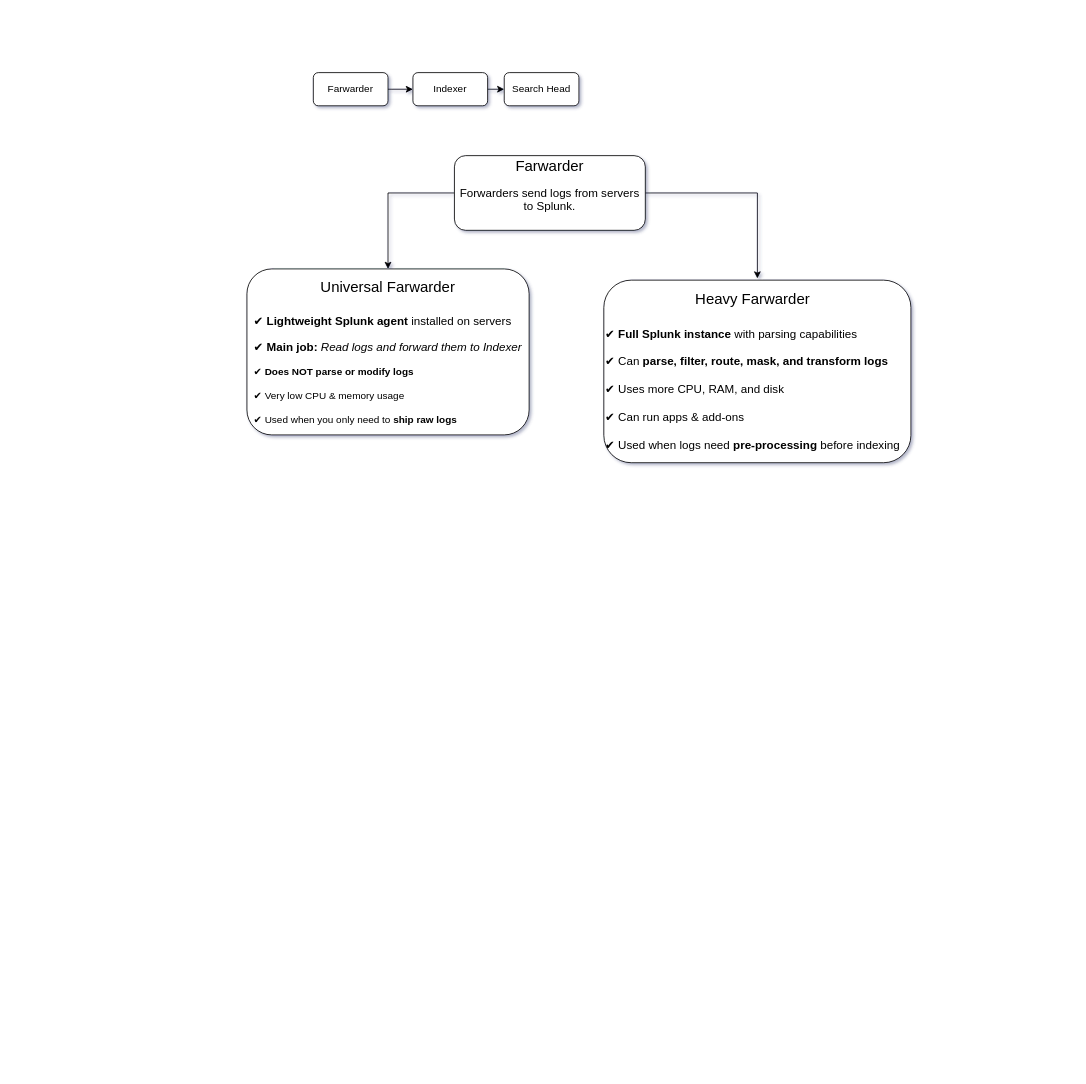
Above: Splunk.drawio in abhishekmaurya149/Splunk_draw.io (draw.io), before the change. Source tidied: cells renumbered, new cells numbered last; positions are measured from the earlier drawing's top-left corner, leaving out a move shared by most shapes. Both pictures are drawn from the tidied source at 83%, with x=0, y=0 at pixel (247, 72).
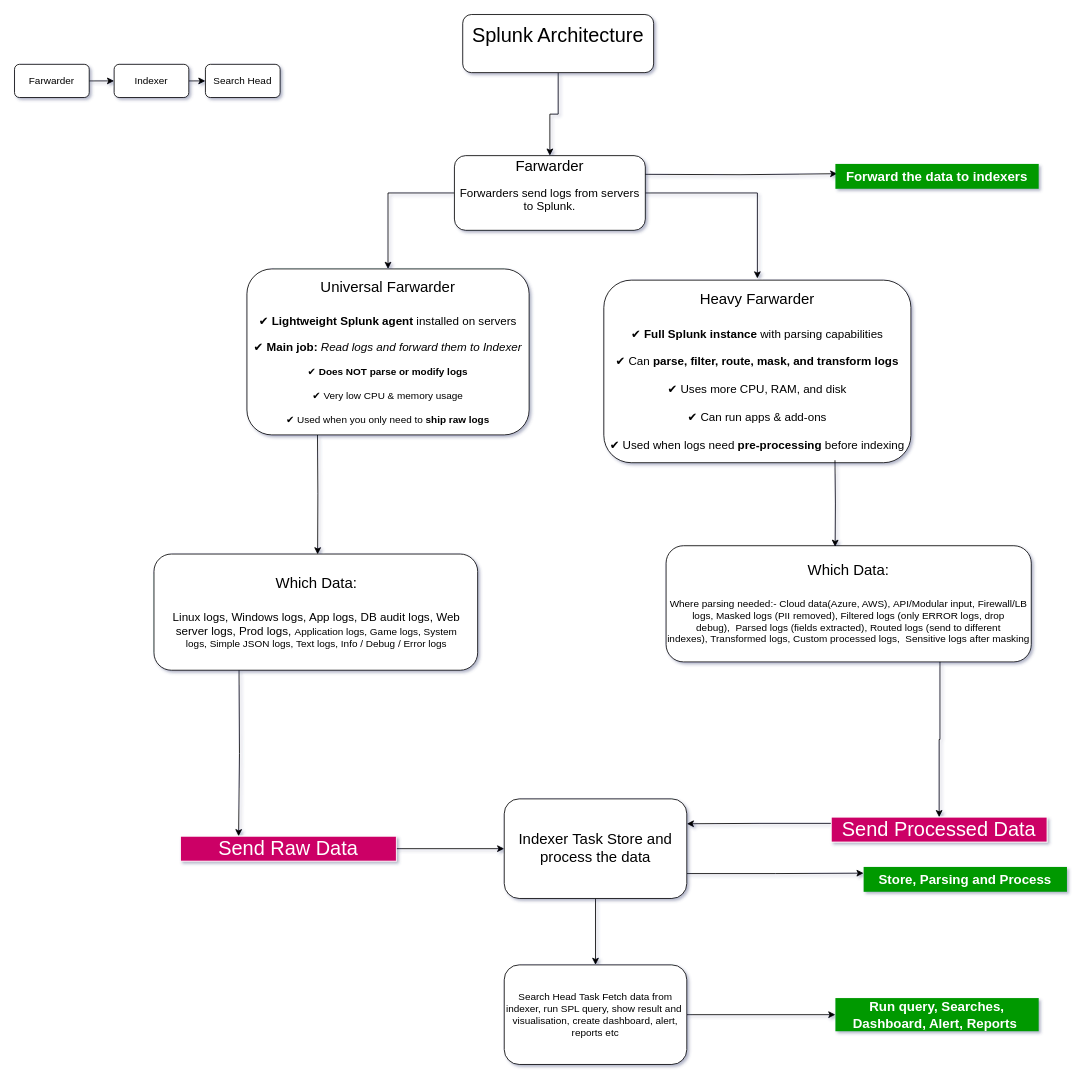
Above is the later version.

The change refers to these unchanged cells:
```xml
<mxCell id="9" value="&lt;font style=&quot;font-size: 18px;&quot;&gt;Farwarder&lt;/font&gt;&lt;div&gt;&lt;font style=&quot;&quot;&gt;&lt;p style=&quot;&quot;&gt;&lt;font style=&quot;font-size: 14px;&quot;&gt;Forwarders send logs from servers to Splunk.&lt;/font&gt;&lt;/p&gt;&lt;h3 style=&quot;font-size: 18px;&quot;&gt;&lt;/h3&gt;&lt;/font&gt;&lt;/div&gt;" style="rounded=1;whiteSpace=wrap;html=1;" parent="1" vertex="1">
  <mxGeometry x="250" y="100" width="230" height="90" as="geometry" />
</mxCell>
```

What changed in the source:
```diff
@@
     <mxCell id="3" value="Farwarder" style="rounded=1;whiteSpace=wrap;html=1;" parent="1" vertex="1">
-      <mxGeometry x="80" width="90" height="40" as="geometry" />
+      <mxGeometry x="-280" y="-10" width="90" height="40" as="geometry" />
     </mxCell>
@@
     <mxCell id="5" value="Indexer" style="rounded=1;whiteSpace=wrap;html=1;" parent="1" vertex="1">
-      <mxGeometry x="200" width="90" height="40" as="geometry" />
+      <mxGeometry x="-160" y="-10" width="90" height="40" as="geometry" />
     </mxCell>
     <mxCell id="6" value="Search Head" style="rounded=1;whiteSpace=wrap;html=1;" parent="1" vertex="1">
-      <mxGeometry x="310" width="90" height="40" as="geometry" />
+      <mxGeometry x="-50" y="-10" width="90" height="40" as="geometry" />
     </mxCell>
@@
+    <mxCell id="12" style="edgeStyle=orthogonalEdgeStyle;rounded=0;orthogonalLoop=1;jettySize=auto;html=1;exitX=1;exitY=0.25;exitDx=0;exitDy=0;" parent="1" edge="1">
+      <mxGeometry relative="1" as="geometry">
+        <mxPoint x="476" y="122.5" as="sourcePoint" />
+        <mxPoint x="711.2" y="121.8" as="targetPoint" />
+      </mxGeometry>
+    </mxCell>
@@
+    <mxCell id="13" style="edgeStyle=orthogonalEdgeStyle;rounded=0;orthogonalLoop=1;jettySize=auto;html=1;exitX=0.25;exitY=1;exitDx=0;exitDy=0;" parent="1" edge="1">
+      <mxGeometry relative="1" as="geometry">
+        <mxPoint x="85" y="433.5" as="sourcePoint" />
+        <mxPoint x="85.2" y="580.4" as="targetPoint" />
+      </mxGeometry>
+    </mxCell>
-    <mxCell id="10" value="&lt;font style=&quot;font-size: 18px;&quot;&gt;Universal Farwarder&lt;/font&gt;&lt;div&gt;&lt;span style=&quot;font-size: 18px;&quot;&gt;&lt;br&gt;&lt;/span&gt;&lt;div&gt;&lt;div style=&quot;text-align: left;&quot;&gt;&lt;font style=&quot;font-size: 14px;&quot;&gt;&lt;span style=&quot;background-color: transparent; color: light-dark(rgb(0, 0, 0), rgb(255, 255, 255));&quot;&gt;✔ &lt;/span&gt;&lt;strong style=&quot;background-color: transparent; color: light-dark(rgb(0, 0, 0), rgb(255, 255, 255));&quot;&gt;Lightweight Splunk agent&lt;/strong&gt;&lt;span style=&quot;background-color: transparent; color: light-dark(rgb(0, 0, 0), rgb(255, 255, 255));&quot;&gt; installed on servers&lt;/span&gt;&lt;/font&gt;&lt;/div&gt;&lt;font style=&quot;&quot;&gt;&lt;div style=&quot;font-size: 12px; text-align: left;&quot;&gt;&lt;br&gt;&lt;/div&gt;&lt;div style=&quot;text-align: left;&quot;&gt;&lt;font style=&quot;font-size: 14px;&quot;&gt;&lt;span style=&quot;background-color: transparent; color: light-dark(rgb(0, 0, 0), rgb(255, 255, 255));&quot;&gt;✔ &lt;/span&gt;&lt;strong style=&quot;background-color: transparent; color: light-dark(rgb(0, 0, 0), rgb(255, 255, 255));&quot;&gt;Main job:&lt;/strong&gt;&lt;span style=&quot;background-color: transparent; color: light-dark(rgb(0, 0, 0), rgb(255, 255, 255));&quot;&gt; &lt;/span&gt;&lt;em style=&quot;background-color: transparent; color: light-dark(rgb(0, 0, 0), rgb(255, 255, 255));&quot;&gt;Read logs and forward them to Indexer&lt;/em&gt;&lt;/font&gt;&lt;/div&gt;&lt;div style=&quot;font-size: 12px; text-align: left;&quot;&gt;&lt;br&gt;&lt;/div&gt;&lt;div style=&quot;font-size: 12px; text-align: left;&quot;&gt;&lt;span style=&quot;background-color: transparent; color: light-dark(rgb(0, 0, 0), rgb(255, 255, 255));&quot;&gt;✔ &lt;/span&gt;&lt;strong style=&quot;background-color: transparent; color: light-dark(rgb(0, 0, 0), rgb(255, 255, 255));&quot;&gt;Does NOT parse or modify logs&lt;/strong&gt;&lt;/div&gt;&lt;div style=&quot;font-size: 12px; text-align: left;&quot;&gt;&lt;br&gt;&lt;/div&gt;&lt;div style=&quot;font-size: 12px; text-align: left;&quot;&gt;&lt;span style=&quot;background-color: transparent; color: light-dark(rgb(0, 0, 0), rgb(255, 255, 255));&quot;&gt;✔ Very low CPU &amp;amp; memory usage&lt;/span&gt;&lt;/div&gt;&lt;div style=&quot;font-size: 12px; text-align: left;&quot;&gt;&lt;br&gt;&lt;/div&gt;&lt;div style=&quot;font-size: 12px; text-align: left;&quot;&gt;&lt;span style=&quot;background-color: transparent; color: light-dark(rgb(0, 0, 0), rgb(255, 255, 255));&quot;&gt;✔ Used when you only need to &lt;/span&gt;&lt;strong style=&quot;background-color: transparent; color: light-dark(rgb(0, 0, 0), rgb(255, 255, 255));&quot;&gt;ship raw logs&lt;/strong&gt;&lt;/div&gt;&lt;/font&gt;&lt;/div&gt;&lt;/div&gt;" style="rounded=1;whiteSpace=wrap;html=1;" parent="1" vertex="1">
+    <mxCell id="10" value="&lt;font style=&quot;font-size: 18px;&quot;&gt;Universal Farwarder&lt;/font&gt;&lt;div&gt;&lt;span style=&quot;font-size: 18px;&quot;&gt;&lt;br&gt;&lt;/span&gt;&lt;div&gt;&lt;div style=&quot;&quot;&gt;&lt;font style=&quot;font-size: 14px;&quot;&gt;&lt;span style=&quot;background-color: transparent; color: light-dark(rgb(0, 0, 0), rgb(255, 255, 255));&quot;&gt;✔ &lt;/span&gt;&lt;strong style=&quot;background-color: transparent; color: light-dark(rgb(0, 0, 0), rgb(255, 255, 255));&quot;&gt;Lightweight Splunk agent&lt;/strong&gt;&lt;span style=&quot;background-color: transparent; color: light-dark(rgb(0, 0, 0), rgb(255, 255, 255));&quot;&gt; installed on servers&lt;/span&gt;&lt;/font&gt;&lt;/div&gt;&lt;font style=&quot;&quot;&gt;&lt;div style=&quot;font-size: 12px;&quot;&gt;&lt;br&gt;&lt;/div&gt;&lt;div style=&quot;&quot;&gt;&lt;font style=&quot;font-size: 14px;&quot;&gt;&lt;span style=&quot;background-color: transparent; color: light-dark(rgb(0, 0, 0), rgb(255, 255, 255));&quot;&gt;✔ &lt;/span&gt;&lt;strong style=&quot;background-color: transparent; color: light-dark(rgb(0, 0, 0), rgb(255, 255, 255));&quot;&gt;Main job:&lt;/strong&gt;&lt;span style=&quot;background-color: transparent; color: light-dark(rgb(0, 0, 0), rgb(255, 255, 255));&quot;&gt; &lt;/span&gt;&lt;em style=&quot;background-color: transparent; color: light-dark(rgb(0, 0, 0), rgb(255, 255, 255));&quot;&gt;Read logs and forward them to Indexer&lt;/em&gt;&lt;/font&gt;&lt;/div&gt;&lt;div style=&quot;font-size: 12px;&quot;&gt;&lt;br&gt;&lt;/div&gt;&lt;div style=&quot;font-size: 12px;&quot;&gt;&lt;span style=&quot;background-color: transparent; color: light-dark(rgb(0, 0, 0), rgb(255, 255, 255));&quot;&gt;✔ &lt;/span&gt;&lt;strong style=&quot;background-color: transparent; color: light-dark(rgb(0, 0, 0), rgb(255, 255, 255));&quot;&gt;Does NOT parse or modify logs&lt;/strong&gt;&lt;/div&gt;&lt;div style=&quot;font-size: 12px;&quot;&gt;&lt;br&gt;&lt;/div&gt;&lt;div style=&quot;font-size: 12px;&quot;&gt;&lt;span style=&quot;background-color: transparent; color: light-dark(rgb(0, 0, 0), rgb(255, 255, 255));&quot;&gt;✔ Very low CPU &amp;amp; memory usage&lt;/span&gt;&lt;/div&gt;&lt;div style=&quot;font-size: 12px;&quot;&gt;&lt;br&gt;&lt;/div&gt;&lt;div style=&quot;font-size: 12px;&quot;&gt;&lt;span style=&quot;background-color: transparent; color: light-dark(rgb(0, 0, 0), rgb(255, 255, 255));&quot;&gt;✔ Used when you only need to &lt;/span&gt;&lt;strong style=&quot;background-color: transparent; color: light-dark(rgb(0, 0, 0), rgb(255, 255, 255));&quot;&gt;ship raw logs&lt;/strong&gt;&lt;/div&gt;&lt;/font&gt;&lt;/div&gt;&lt;/div&gt;" style="rounded=1;whiteSpace=wrap;html=1;align=center;" parent="1" vertex="1">
       <mxGeometry y="236.5" width="340" height="200" as="geometry" />
     </mxCell>
-    <mxCell id="11" value="&lt;div style=&quot;text-align: center;&quot;&gt;&lt;span style=&quot;font-size: 18px; background-color: transparent; color: light-dark(rgb(0, 0, 0), rgb(255, 255, 255));&quot;&gt;Heavy Farwarder&lt;/span&gt;&lt;/div&gt;&lt;div style=&quot;text-align: center;&quot;&gt;&lt;span style=&quot;font-size: 18px; background-color: transparent; color: light-dark(rgb(0, 0, 0), rgb(255, 255, 255));&quot;&gt;&lt;br&gt;&lt;/span&gt;&lt;/div&gt;&lt;div&gt;&lt;font style=&quot;font-size: 14px;&quot;&gt;✔ &lt;strong style=&quot;&quot;&gt;Full Splunk instance&lt;/strong&gt; with parsing capabilities&lt;br&gt;&lt;br&gt;✔ Can &lt;strong style=&quot;&quot;&gt;parse, filter, route, mask, and transform logs&lt;/strong&gt;&lt;br&gt;&lt;br&gt;✔ Uses more CPU, RAM, and disk&lt;br&gt;&lt;br&gt;✔ Can run apps &amp;amp; add-ons&lt;br&gt;&lt;br&gt;✔ Used when logs need &lt;strong style=&quot;&quot;&gt;pre-processing&lt;/strong&gt; before indexing&lt;/font&gt;&lt;/div&gt;" style="rounded=1;whiteSpace=wrap;html=1;align=left;perimeterSpacing=2;" parent="1" vertex="1">
+    <mxCell id="11" value="&lt;div style=&quot;&quot;&gt;&lt;span style=&quot;font-size: 18px; background-color: transparent; color: light-dark(rgb(0, 0, 0), rgb(255, 255, 255));&quot;&gt;Heavy Farwarder&lt;/span&gt;&lt;/div&gt;&lt;div style=&quot;&quot;&gt;&lt;span style=&quot;font-size: 18px; background-color: transparent; color: light-dark(rgb(0, 0, 0), rgb(255, 255, 255));&quot;&gt;&lt;br&gt;&lt;/span&gt;&lt;/div&gt;&lt;div&gt;&lt;font style=&quot;font-size: 14px;&quot;&gt;✔ &lt;strong style=&quot;&quot;&gt;Full Splunk instance&lt;/strong&gt; with parsing capabilities&lt;br&gt;&lt;br&gt;✔ Can &lt;strong style=&quot;&quot;&gt;parse, filter, route, mask, and transform logs&lt;/strong&gt;&lt;br&gt;&lt;br&gt;✔ Uses more CPU, RAM, and disk&lt;br&gt;&lt;br&gt;✔ Can run apps &amp;amp; add-ons&lt;br&gt;&lt;br&gt;✔ Used when logs need &lt;strong style=&quot;&quot;&gt;pre-processing&lt;/strong&gt; before indexing&lt;/font&gt;&lt;/div&gt;" style="rounded=1;whiteSpace=wrap;html=1;align=center;perimeterSpacing=2;" parent="1" vertex="1">
       <mxGeometry x="430" y="250" width="370" height="220" as="geometry" />
     </mxCell>
+    <mxCell id="14" style="edgeStyle=orthogonalEdgeStyle;rounded=0;orthogonalLoop=1;jettySize=auto;html=1;exitX=0.25;exitY=1;exitDx=0;exitDy=0;entryX=0.25;entryY=0;entryDx=0;entryDy=0;" parent="1" edge="1">
+      <mxGeometry relative="1" as="geometry">
+        <mxPoint x="-9.5" y="720" as="sourcePoint" />
+        <mxPoint x="-10" y="920" as="targetPoint" />
+      </mxGeometry>
+    </mxCell>
+    <mxCell id="15" value="&lt;div style=&quot;text-align: center;&quot;&gt;&lt;span style=&quot;font-size: 18px; background-color: transparent; color: light-dark(rgb(0, 0, 0), rgb(255, 255, 255));&quot;&gt;Which Data:&lt;/span&gt;&lt;/div&gt;&lt;div&gt;&lt;span style=&quot;font-size: 18px;&quot;&gt;&lt;br&gt;&lt;/span&gt;&lt;div&gt;&lt;div style=&quot;text-align: center;&quot;&gt;&lt;span style=&quot;font-size: 14px;&quot;&gt;Linux logs, Windows logs, App logs, DB audit logs, Web server logs, Prod logs,&amp;nbsp;&lt;/span&gt;&lt;span style=&quot;background-color: transparent; color: light-dark(rgb(0, 0, 0), rgb(255, 255, 255));&quot;&gt;Application logs,&amp;nbsp;&lt;/span&gt;&lt;span style=&quot;background-color: transparent; color: light-dark(rgb(0, 0, 0), rgb(255, 255, 255));&quot;&gt;Game logs,&amp;nbsp;&lt;/span&gt;&lt;span style=&quot;background-color: transparent; color: light-dark(rgb(0, 0, 0), rgb(255, 255, 255));&quot;&gt;System logs,&amp;nbsp;&lt;/span&gt;&lt;span style=&quot;background-color: transparent; color: light-dark(rgb(0, 0, 0), rgb(255, 255, 255));&quot;&gt;Simple JSON logs,&amp;nbsp;&lt;/span&gt;&lt;span style=&quot;background-color: transparent; color: light-dark(rgb(0, 0, 0), rgb(255, 255, 255));&quot;&gt;Text logs,&amp;nbsp;&lt;/span&gt;&lt;span style=&quot;background-color: transparent; color: light-dark(rgb(0, 0, 0), rgb(255, 255, 255));&quot;&gt;Info / Debug / Error logs&lt;/span&gt;&lt;/div&gt;&lt;/div&gt;&lt;/div&gt;" style="rounded=1;whiteSpace=wrap;html=1;align=left;" parent="1" vertex="1">
+      <mxGeometry x="-112" y="580" width="390" height="140" as="geometry" />
+    </mxCell>
+    <mxCell id="16" value="&lt;span style=&quot;font-size: 18px;&quot;&gt;Which Data:&lt;/span&gt;&lt;div&gt;&lt;span style=&quot;font-size: 18px;&quot;&gt;&lt;br&gt;&lt;/span&gt;&lt;div style=&quot;&quot;&gt;&lt;span style=&quot;background-color: transparent; color: light-dark(rgb(0, 0, 0), rgb(255, 255, 255));&quot;&gt;Where parsing needed:- Cloud data(Azure, AWS),&amp;nbsp;&lt;/span&gt;&lt;span style=&quot;background-color: transparent; color: light-dark(rgb(0, 0, 0), rgb(255, 255, 255));&quot;&gt;API/Modular input, Firewall/LB logs, Masked logs&lt;/span&gt;&lt;span style=&quot;background-color: transparent; color: light-dark(rgb(0, 0, 0), rgb(255, 255, 255));&quot;&gt; (PII removed),&amp;nbsp;&lt;/span&gt;&lt;span style=&quot;background-color: transparent; color: light-dark(rgb(0, 0, 0), rgb(255, 255, 255));&quot;&gt;Filtered logs&lt;/span&gt;&lt;span style=&quot;background-color: transparent; color: light-dark(rgb(0, 0, 0), rgb(255, 255, 255));&quot;&gt; (only ERROR logs, drop debug),&amp;nbsp;&amp;nbsp;&lt;/span&gt;&lt;span style=&quot;background-color: transparent; color: light-dark(rgb(0, 0, 0), rgb(255, 255, 255));&quot;&gt;Parsed logs&lt;/span&gt;&lt;span style=&quot;background-color: transparent; color: light-dark(rgb(0, 0, 0), rgb(255, 255, 255));&quot;&gt; (fields extracted),&amp;nbsp;&lt;/span&gt;&lt;span style=&quot;background-color: transparent; color: light-dark(rgb(0, 0, 0), rgb(255, 255, 255));&quot;&gt;Routed logs&lt;/span&gt;&lt;span style=&quot;background-color: transparent; color: light-dark(rgb(0, 0, 0), rgb(255, 255, 255));&quot;&gt; (send to different indexes),&amp;nbsp;&lt;/span&gt;&lt;span style=&quot;background-color: transparent; color: light-dark(rgb(0, 0, 0), rgb(255, 255, 255));&quot;&gt;Transformed logs,&amp;nbsp;&lt;/span&gt;&lt;span style=&quot;background-color: transparent; color: light-dark(rgb(0, 0, 0), rgb(255, 255, 255));&quot;&gt;Custom processed logs,&amp;nbsp;&amp;nbsp;&lt;/span&gt;&lt;span style=&quot;background-color: transparent; color: light-dark(rgb(0, 0, 0), rgb(255, 255, 255));&quot;&gt;Sensitive logs after masking&lt;/span&gt;&lt;/div&gt;&lt;/div&gt;" style="rounded=1;whiteSpace=wrap;html=1;align=center;" parent="1" vertex="1">
+      <mxGeometry x="505" y="570" width="440" height="140" as="geometry" />
+    </mxCell>
+    <mxCell id="17" style="edgeStyle=orthogonalEdgeStyle;rounded=0;jettySize=auto;html=1;" parent="1" edge="1" source="19" target="26">
+      <mxGeometry relative="1" as="geometry" />
+    </mxCell>
+    <mxCell id="18" style="edgeStyle=orthogonalEdgeStyle;rounded=0;jettySize=auto;html=1;exitX=1;exitY=0.75;exitDx=0;exitDy=0;entryX=0;entryY=0.25;entryDx=0;entryDy=0;" parent="1" edge="1" source="19" target="30">
+      <mxGeometry relative="1" as="geometry" />
+    </mxCell>
+    <mxCell id="19" value="&lt;font style=&quot;font-size: 18px;&quot;&gt;Indexer Task Store and process the data&lt;/font&gt;" style="rounded=1;whiteSpace=wrap;html=1;" parent="1" vertex="1">
+      <mxGeometry x="310" y="875" width="220" height="120" as="geometry" />
+    </mxCell>
+    <mxCell id="20" style="edgeStyle=orthogonalEdgeStyle;rounded=0;jettySize=auto;html=1;exitX=0;exitY=0.25;exitDx=0;exitDy=0;entryX=1;entryY=0.25;entryDx=0;entryDy=0;" parent="1" edge="1" source="21" target="19">
+      <mxGeometry relative="1" as="geometry" />
+    </mxCell>
+    <mxCell id="21" value="&lt;font style=&quot;font-size: 24px; color: rgb(255, 255, 255);&quot;&gt;Send Processed Data&lt;/font&gt;" style="text;html=1;whiteSpace=wrap;strokeColor=#FFFFFF;fillColor=#CC0066;align=center;verticalAlign=middle;rounded=0;" parent="1" vertex="1">
+      <mxGeometry x="704" y="897" width="260" height="30" as="geometry" />
+    </mxCell>
+    <mxCell id="22" style="edgeStyle=orthogonalEdgeStyle;rounded=0;jettySize=auto;html=1;exitX=1;exitY=0.5;exitDx=0;exitDy=0;entryX=0;entryY=0.5;entryDx=0;entryDy=0;" parent="1" edge="1" source="23" target="19">
+      <mxGeometry relative="1" as="geometry" />
+    </mxCell>
+    <mxCell id="23" value="&lt;font style=&quot;font-size: 24px; color: rgb(255, 255, 255);&quot;&gt;Send Raw Data&lt;/font&gt;" style="text;html=1;whiteSpace=wrap;strokeColor=#FFFFFF;fillColor=#CC0066;align=center;verticalAlign=middle;rounded=0;" parent="1" vertex="1">
+      <mxGeometry x="-80" y="920" width="260" height="30" as="geometry" />
+    </mxCell>
+    <mxCell id="24" style="edgeStyle=orthogonalEdgeStyle;rounded=0;orthogonalLoop=1;jettySize=auto;html=1;exitX=0.75;exitY=1;exitDx=0;exitDy=0;entryX=0.463;entryY=0.045;entryDx=0;entryDy=0;entryPerimeter=0;" parent="1" edge="1">
+      <mxGeometry relative="1" as="geometry">
+        <mxPoint x="708.5" y="467" as="sourcePoint" />
+        <mxPoint x="708.7" y="571.3" as="targetPoint" />
+      </mxGeometry>
+    </mxCell>
+    <mxCell id="25" style="edgeStyle=orthogonalEdgeStyle;rounded=0;jettySize=auto;html=1;exitX=1;exitY=0.5;exitDx=0;exitDy=0;entryX=0;entryY=0.5;entryDx=0;entryDy=0;" parent="1" edge="1" source="26" target="31">
+      <mxGeometry relative="1" as="geometry" />
+    </mxCell>
+    <mxCell id="26" value="Search Head Task Fetch data from indexer, run SPL query, show result and&amp;nbsp; visualisation, create dashboard, alert, reports etc" style="rounded=1;whiteSpace=wrap;html=1;" parent="1" vertex="1">
+      <mxGeometry x="310" y="1075" width="220" height="120" as="geometry" />
+    </mxCell>
+    <mxCell id="27" style="edgeStyle=orthogonalEdgeStyle;rounded=0;jettySize=auto;html=1;exitX=0.5;exitY=1;exitDx=0;exitDy=0;entryX=0.5;entryY=0;entryDx=0;entryDy=0;" parent="1" edge="1" source="28" target="9">
+      <mxGeometry relative="1" as="geometry" />
+    </mxCell>
+    <mxCell id="28" value="&lt;font style=&quot;font-size: 24px;&quot;&gt;Splunk Architecture&lt;/font&gt;&lt;div&gt;&lt;font style=&quot;&quot;&gt;&lt;h3 style=&quot;font-size: 18px;&quot;&gt;&lt;/h3&gt;&lt;/font&gt;&lt;/div&gt;" style="rounded=1;whiteSpace=wrap;html=1;" parent="1" vertex="1">
+      <mxGeometry x="260" y="-70" width="230" height="70" as="geometry" />
+    </mxCell>
+    <mxCell id="29" value="&lt;font style=&quot;color: rgb(255, 255, 255); font-size: 16px;&quot;&gt;&lt;b&gt;Forward the data to indexers&lt;/b&gt;&lt;/font&gt;" style="text;html=1;whiteSpace=wrap;strokeColor=none;fillColor=#009900;align=center;verticalAlign=middle;rounded=0;" parent="1" vertex="1">
+      <mxGeometry x="709" y="110" width="245" height="30" as="geometry" />
+    </mxCell>
+    <mxCell id="30" value="&lt;font style=&quot;color: rgb(255, 255, 255); font-size: 16px;&quot;&gt;&lt;b&gt;Store, Parsing and Process&lt;/b&gt;&lt;/font&gt;" style="text;html=1;whiteSpace=wrap;strokeColor=none;fillColor=#009900;align=center;verticalAlign=middle;rounded=0;" parent="1" vertex="1">
+      <mxGeometry x="743" y="957" width="245" height="30" as="geometry" />
+    </mxCell>
+    <mxCell id="31" value="&lt;font style=&quot;color: rgb(255, 255, 255); font-size: 16px;&quot;&gt;&lt;b&gt;Run query, Searches, Dashboard, Alert, Reports&amp;nbsp;&lt;/b&gt;&lt;/font&gt;" style="text;html=1;whiteSpace=wrap;strokeColor=none;fillColor=#009900;align=center;verticalAlign=middle;rounded=0;" parent="1" vertex="1">
+      <mxGeometry x="709" y="1115" width="245" height="40" as="geometry" />
+    </mxCell>
+    <mxCell id="32" style="edgeStyle=orthogonalEdgeStyle;rounded=0;jettySize=auto;html=1;exitX=0.75;exitY=1;exitDx=0;exitDy=0;entryX=0.5;entryY=0;entryDx=0;entryDy=0;" parent="1" edge="1" source="16" target="21">
+      <mxGeometry relative="1" as="geometry" />
+    </mxCell>
```
